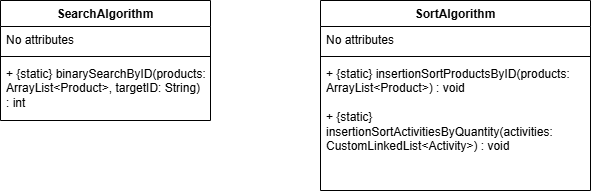
Above: SupermarketMangementSystemUMLdiagram.drawio.png in helgabear26/CS5003-Coursework1-Supermarket-Project (draw.io), before the change. Source tidied: cells renumbered, new cells last; positions are measured from the earlier drawing's top-left corner, leaving out a move shared by most shapes.
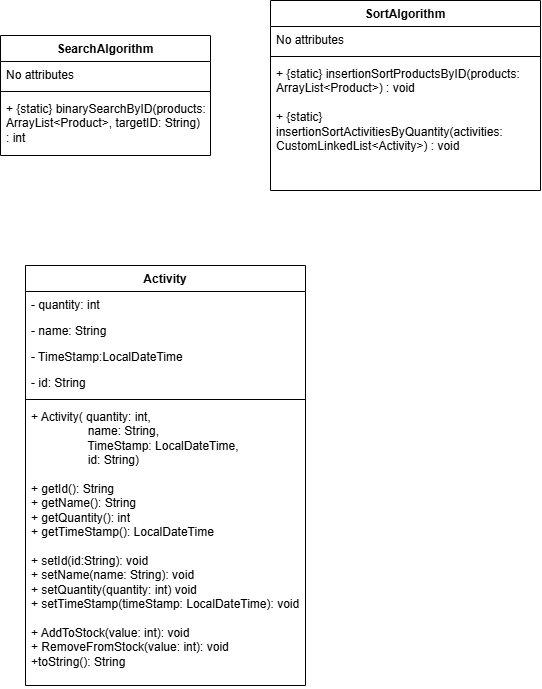
Above is the later version.

Change to the diagram source:
```diff
@@ -2,8 +2,8 @@
   <root>
     <mxCell id="0" />
     <mxCell id="1" parent="0" />
-    <mxCell id="2" value="SearchAlgorithm" style="swimlane;fontStyle=1;align=center;verticalAlign=top;horizontal=1;startSize=26;whiteSpace=wrap;html=1;" parent="1" vertex="1">
-      <mxGeometry width="210" height="120" as="geometry" />
+    <mxCell id="2" value="&lt;span style=&quot;background-color: light-dark(#ffffff, var(--ge-dark-color, #121212));&quot;&gt;SearchAlgorithm&lt;/span&gt;" style="swimlane;fontStyle=1;align=center;verticalAlign=top;horizontal=1;startSize=26;whiteSpace=wrap;html=1;" parent="1" vertex="1">
+      <mxGeometry x="-140" y="-100" width="210" height="120" as="geometry" />
     </mxCell>
     <mxCell id="3" value="No attributes" style="text;strokeColor=none;fillColor=none;align=left;verticalAlign=top;spacingLeft=4;spacingRight=4;overflow=hidden;whiteSpace=wrap;html=1;" parent="2" vertex="1">
       <mxGeometry y="26" width="210" height="26" as="geometry" />
@@ -15,7 +15,7 @@
       <mxGeometry y="60" width="210" height="60" as="geometry" />
     </mxCell>
     <mxCell id="6" value="SortAlgorithm" style="swimlane;fontStyle=1;align=center;verticalAlign=top;horizontal=1;startSize=26;whiteSpace=wrap;html=1;" parent="1" vertex="1">
-      <mxGeometry x="320" width="270" height="190" as="geometry" />
+      <mxGeometry x="130" y="-135" width="270" height="190" as="geometry" />
     </mxCell>
     <mxCell id="7" value="No attributes" style="text;strokeColor=none;fillColor=none;align=left;verticalAlign=top;spacingLeft=4;spacingRight=4;overflow=hidden;whiteSpace=wrap;html=1;" parent="6" vertex="1">
       <mxGeometry y="26" width="270" height="26" as="geometry" />
@@ -26,5 +26,26 @@
     <mxCell id="9" value="+ {static} insertionSortProductsByID(products: ArrayList&amp;lt;Product&amp;gt;) : void&lt;div&gt;&lt;br&gt;&lt;/div&gt;&lt;div&gt;+&amp;nbsp;&lt;span style=&quot;background-color: transparent; color: light-dark(rgb(0, 0, 0), rgb(255, 255, 255));&quot;&gt;{static} insertionSortActivitiesByQuantity(activities: CustomLinkedList&amp;lt;Activity&amp;gt;) : void&lt;/span&gt;&lt;/div&gt;" style="text;strokeColor=none;fillColor=none;align=left;verticalAlign=top;spacingLeft=4;spacingRight=4;overflow=hidden;whiteSpace=wrap;html=1;" parent="6" vertex="1">
       <mxGeometry y="60" width="270" height="130" as="geometry" />
     </mxCell>
+    <mxCell id="10" value="Activity" style="swimlane;fontStyle=1;align=center;verticalAlign=top;horizontal=1;startSize=26;whiteSpace=wrap;html=1;" parent="1" vertex="1">
+      <mxGeometry x="-115" y="130" width="280" height="420" as="geometry" />
+    </mxCell>
+    <mxCell id="11" value="- quantity: int" style="text;strokeColor=none;fillColor=none;align=left;verticalAlign=top;spacingLeft=4;spacingRight=4;overflow=hidden;whiteSpace=wrap;html=1;" parent="10" vertex="1">
+      <mxGeometry y="26" width="280" height="26" as="geometry" />
+    </mxCell>
+    <mxCell id="12" value="- name: String" style="text;strokeColor=none;fillColor=none;align=left;verticalAlign=top;spacingLeft=4;spacingRight=4;overflow=hidden;whiteSpace=wrap;html=1;" parent="10" vertex="1">
+      <mxGeometry y="52" width="280" height="26" as="geometry" />
+    </mxCell>
+    <mxCell id="13" value="- TimeStamp:LocalDateTime" style="text;strokeColor=none;fillColor=none;align=left;verticalAlign=top;spacingLeft=4;spacingRight=4;overflow=hidden;whiteSpace=wrap;html=1;" parent="10" vertex="1">
+      <mxGeometry y="78" width="280" height="26" as="geometry" />
+    </mxCell>
+    <mxCell id="14" value="- id: String" style="text;strokeColor=none;fillColor=none;align=left;verticalAlign=top;spacingLeft=4;spacingRight=4;overflow=hidden;whiteSpace=wrap;html=1;" parent="10" vertex="1">
+      <mxGeometry y="104" width="280" height="26" as="geometry" />
+    </mxCell>
+    <mxCell id="15" style="line;strokeWidth=1;fillColor=none;align=left;verticalAlign=middle;spacingTop=-1;spacingLeft=3;spacingRight=3;labelPosition=right;strokeColor=inherit;" parent="10" vertex="1">
+      <mxGeometry y="130" width="280" height="8" as="geometry" />
+    </mxCell>
+    <mxCell id="16" value="+ Activity( quantity: int,&lt;div&gt;&lt;span style=&quot;white-space: pre;&quot;&gt;&#9;&lt;/span&gt;&lt;span style=&quot;white-space: pre;&quot;&gt;&#9;&lt;/span&gt;&amp;nbsp;name: String,&amp;nbsp;&lt;/div&gt;&lt;div&gt;&lt;span style=&quot;white-space: pre;&quot;&gt;&#9;&lt;/span&gt;&lt;span style=&quot;white-space: pre;&quot;&gt;&#9;&lt;/span&gt;&amp;nbsp;TimeStamp: LocalDateTime,&lt;/div&gt;&lt;div&gt;&lt;span style=&quot;white-space: pre;&quot;&gt;&#9;&lt;/span&gt;&lt;span style=&quot;white-space: pre;&quot;&gt;&#9;&lt;/span&gt;&amp;nbsp;id: String)&lt;/div&gt;&lt;div&gt;&lt;br&gt;&lt;/div&gt;&lt;div&gt;+ getId(): String&lt;/div&gt;&lt;div&gt;+ getName(): String&lt;/div&gt;&lt;div&gt;+ getQuantity(): int&lt;/div&gt;&lt;div&gt;+ getTimeStamp(): LocalDateTime&lt;/div&gt;&lt;div&gt;&lt;br&gt;&lt;/div&gt;&lt;div&gt;+ setId(id:String): void&lt;/div&gt;&lt;div&gt;+ setName(name: String): void&lt;/div&gt;&lt;div&gt;+ setQuantity(quantity: int) void&lt;/div&gt;&lt;div&gt;+ setTimeStamp(timeStamp: LocalDateTime): void&lt;/div&gt;&lt;div&gt;&lt;br&gt;&lt;/div&gt;&lt;div&gt;+ AddToStock(value: int): void&lt;/div&gt;&lt;div&gt;+ RemoveFromStock(value: int): void&lt;/div&gt;&lt;div&gt;+toString(): String&lt;/div&gt;&lt;div&gt;&lt;br&gt;&lt;/div&gt;&lt;div&gt;&lt;br&gt;&lt;/div&gt;" style="text;strokeColor=none;fillColor=none;align=left;verticalAlign=top;spacingLeft=4;spacingRight=4;overflow=hidden;whiteSpace=wrap;html=1;" parent="10" vertex="1">
+      <mxGeometry y="138" width="280" height="282" as="geometry" />
+    </mxCell>
   </root>
 </mxGraphModel>
```
